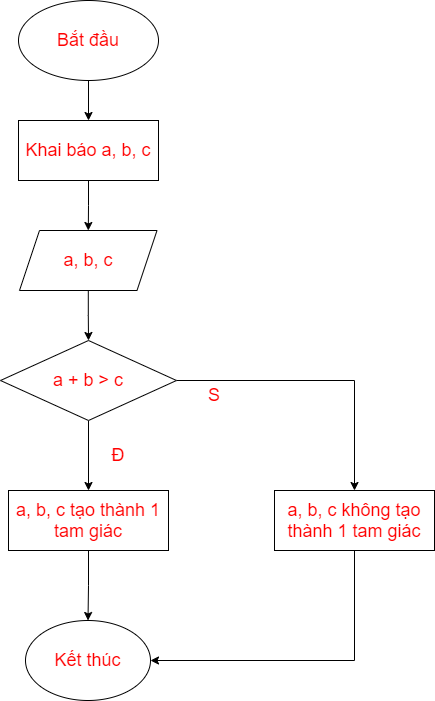
This is lưu đồ bài 11.png from CorpseK/noobmaster69, a draw.io export, as it was before one commit. Source tidied: cells renumbered, new cells last; positions are measured from the earlier drawing's top-left corner, leaving out a move shared by most shapes.
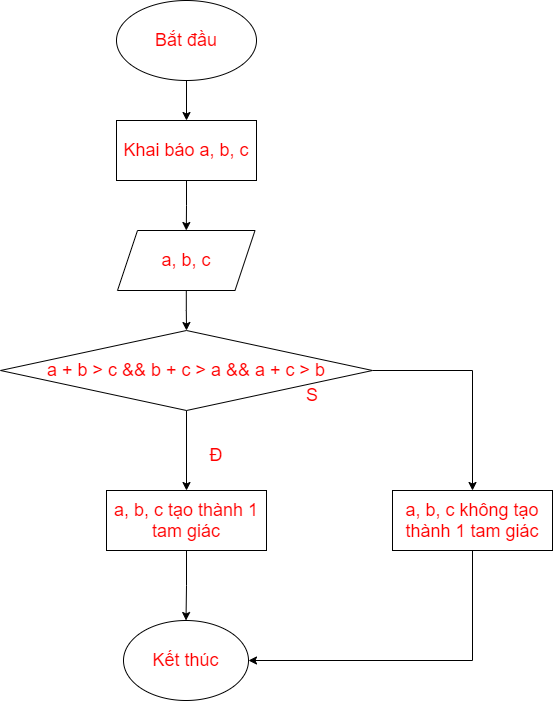
After the change.

Change to the diagram source:
```diff
@@ -26,8 +26,8 @@
     <mxCell id="9" style="edgeStyle=orthogonalEdgeStyle;rounded=0;jettySize=auto;html=1;entryX=0.5;entryY=0;entryDx=0;entryDy=0;fontSize=18;" parent="1" edge="1" source="10" target="15">
       <mxGeometry relative="1" as="geometry" />
     </mxCell>
-    <mxCell id="10" value="&lt;font color=&quot;#ff0000&quot;&gt;a + b &amp;gt; c&lt;/font&gt;" style="rhombus;whiteSpace=wrap;html=1;fontSize=18;" parent="1" vertex="1">
-      <mxGeometry y="340" width="176" height="80" as="geometry" />
+    <mxCell id="10" value="&lt;font color=&quot;#ff0000&quot;&gt;a + b &amp;gt; c &amp;amp;&amp;amp; b + c &amp;gt; a &amp;amp;&amp;amp; a + c &amp;gt; b&lt;/font&gt;" style="rhombus;whiteSpace=wrap;html=1;fontSize=18;" parent="1" vertex="1">
+      <mxGeometry x="-98" y="330" width="372" height="80" as="geometry" />
     </mxCell>
     <mxCell id="11" style="edgeStyle=orthogonalEdgeStyle;rounded=0;jettySize=auto;html=1;entryX=0.5;entryY=0;entryDx=0;entryDy=0;fontSize=18;" parent="1" edge="1" source="12" target="13">
       <mxGeometry relative="1" as="geometry" />
@@ -41,12 +41,12 @@
     <mxCell id="14" style="edgeStyle=orthogonalEdgeStyle;rounded=0;jettySize=auto;html=1;fontSize=18;entryX=1;entryY=0.5;entryDx=0;entryDy=0;" parent="1" edge="1" source="15" target="13">
       <mxGeometry relative="1" as="geometry">
         <Array as="points">
-          <mxPoint x="354" y="660" />
+          <mxPoint x="374" y="660" />
         </Array>
       </mxGeometry>
     </mxCell>
     <mxCell id="15" value="&lt;font color=&quot;#ff0000&quot;&gt;a, b, c không tạo thành 1 tam giác&lt;/font&gt;" style="rounded=0;whiteSpace=wrap;html=1;fontSize=18;" parent="1" vertex="1">
-      <mxGeometry x="274" y="490" width="160" height="60" as="geometry" />
+      <mxGeometry x="294" y="490" width="160" height="60" as="geometry" />
     </mxCell>
     <mxCell id="16" value="&lt;font color=&quot;#ff0000&quot;&gt;Đ&lt;/font&gt;" style="text;html=1;strokeColor=none;fillColor=none;align=center;verticalAlign=middle;whiteSpace=wrap;rounded=0;fontSize=18;" parent="1" vertex="1">
       <mxGeometry x="88" y="440" width="60" height="30" as="geometry" />
```
